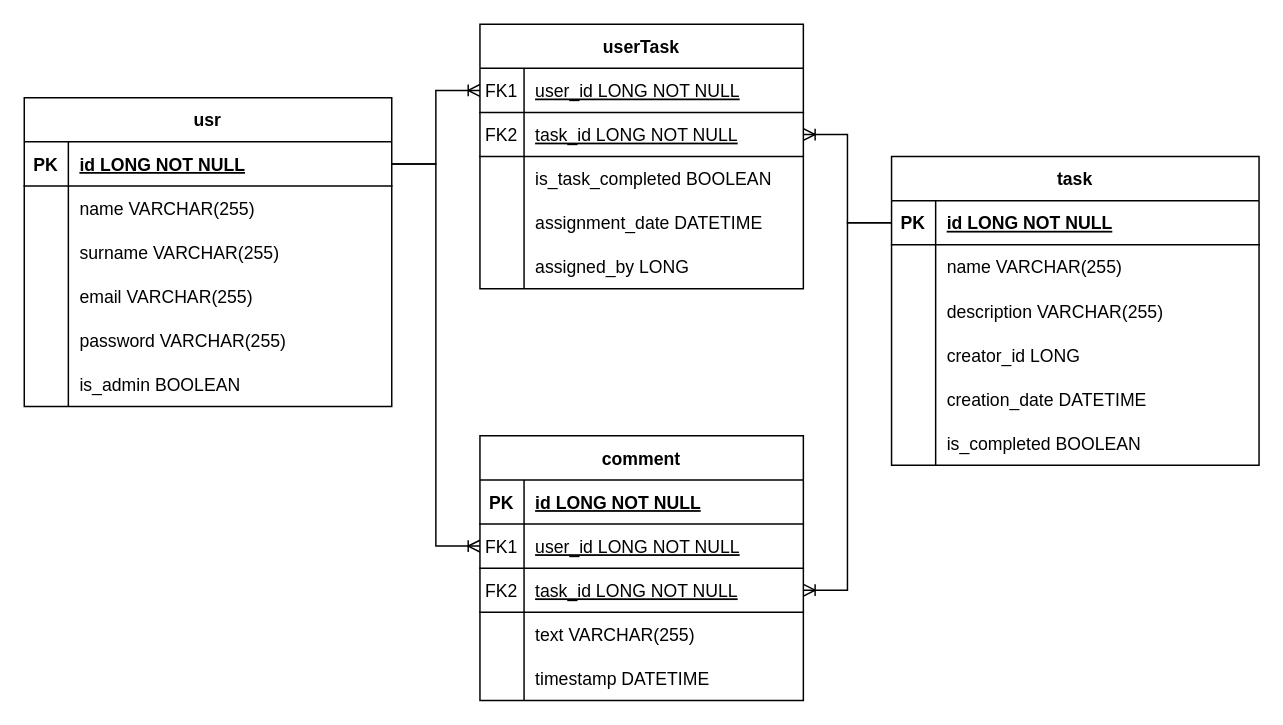
The draw.io diagram docs/entity_relationship_model.drawio in mtimoxenko/media-workbench, before the edit. Source tidied: cells renumbered, new cells numbered last; positions are measured from the earlier drawing's top-left corner, leaving out a move shared by most shapes. Both pictures are drawn from the tidied source at 147%, with x=0, y=0 at pixel (24, 24).
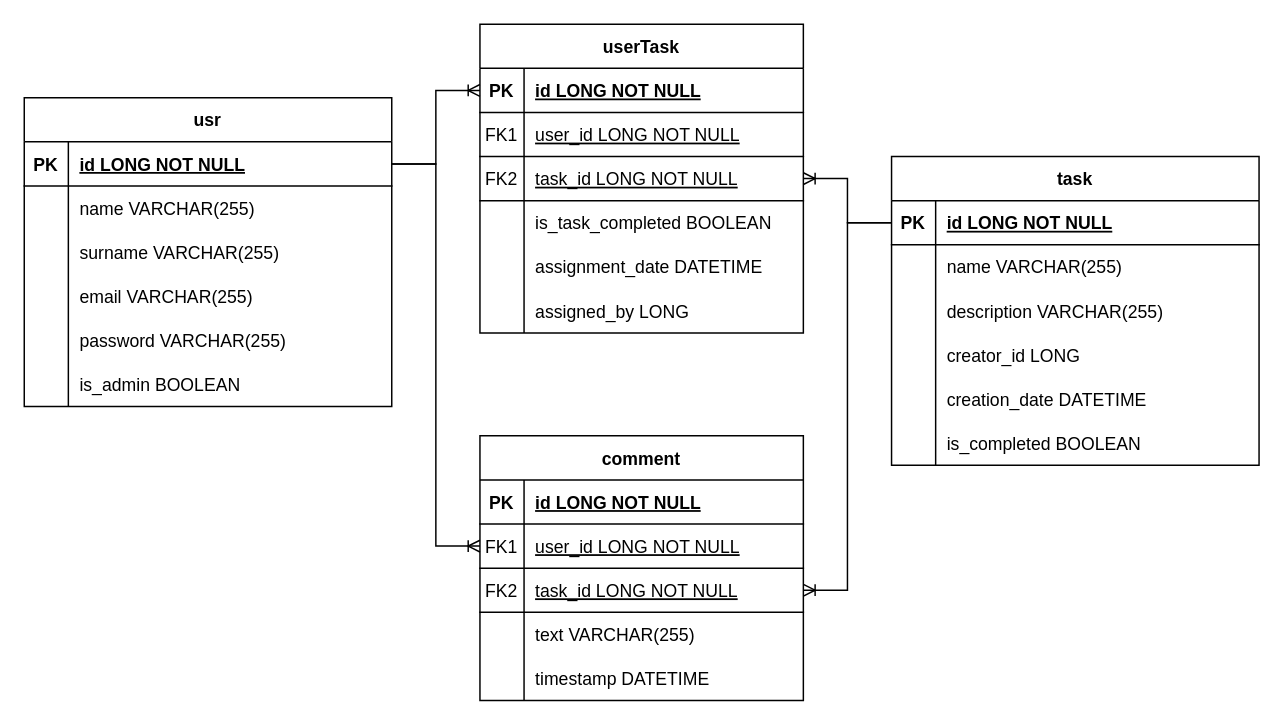
After the change.

The change refers to these unchanged cells:
```xml
<mxCell id="60" style="shape=partialRectangle;fillColor=none;top=0;left=0;right=0;bottom=1;" parent="59" vertex="1">
  <mxGeometry y="30" width="220" height="30" as="geometry" />
</mxCell>
```

Diff of the diagram source:
```diff
@@
     <mxCell id="59" value="userTask" style="shape=table;startSize=30;childLayout=tableLayout;rowLines=0;fontStyle=1;align=center;" parent="1" vertex="1">
-      <mxGeometry x="310" width="220" height="180" as="geometry" />
+      <mxGeometry x="310" width="220" height="210" as="geometry" />
     </mxCell>
@@
-    <mxCell id="61" value="FK1" style="shape=partialRectangle;overflow=hidden;fillColor=none;top=0;left=0;bottom=0;right=0;fontStyle=0;" parent="60" vertex="1">
+    <mxCell id="61" value="PK" style="shape=partialRectangle;overflow=hidden;fillColor=none;top=0;left=0;bottom=0;right=0;fontStyle=1;" parent="60" vertex="1">
       <mxGeometry width="30" height="30" as="geometry" />
     </mxCell>
-    <mxCell id="62" value="user_id LONG NOT NULL" style="shape=partialRectangle;overflow=hidden;fillColor=none;top=0;left=0;bottom=0;right=0;align=left;spacingLeft=6;fontStyle=4;" parent="60" vertex="1">
+    <mxCell id="62" value="id LONG NOT NULL" style="shape=partialRectangle;overflow=hidden;fillColor=none;top=0;left=0;bottom=0;right=0;align=left;spacingLeft=6;fontStyle=5;" parent="60" vertex="1">
       <mxGeometry x="30" width="190" height="30" as="geometry" />
     </mxCell>
+    <mxCell id="76" style="shape=partialRectangle;fillColor=none;top=0;left=0;right=0;bottom=1;" parent="59" vertex="1">
+      <mxGeometry y="60" width="220" height="30" as="geometry" />
+    </mxCell>
+    <mxCell id="77" value="FK1" style="shape=partialRectangle;overflow=hidden;fillColor=none;top=0;left=0;bottom=0;right=0;fontStyle=0;" parent="76" vertex="1">
+      <mxGeometry width="30" height="30" as="geometry" />
+    </mxCell>
+    <mxCell id="78" value="user_id LONG NOT NULL" style="shape=partialRectangle;overflow=hidden;fillColor=none;top=0;left=0;bottom=0;right=0;align=left;spacingLeft=6;fontStyle=4;" parent="76" vertex="1">
+      <mxGeometry x="30" width="190" height="30" as="geometry" />
+    </mxCell>
     <mxCell id="63" style="shape=partialRectangle;fillColor=none;points=[[0,0.5],[1,0.5]];portConstraint=eastwest;top=0;left=0;right=0;bottom=1;" parent="59" vertex="1">
-      <mxGeometry y="60" width="220" height="30" as="geometry" />
+      <mxGeometry y="90" width="220" height="30" as="geometry" />
     </mxCell>
@@
     <mxCell id="66" style="shape=partialRectangle;fillColor=none;top=0;left=0;right=0;bottom=0;" parent="59" vertex="1">
-      <mxGeometry y="90" width="220" height="30" as="geometry" />
+      <mxGeometry y="120" width="220" height="30" as="geometry" />
     </mxCell>
@@
     <mxCell id="69" style="shape=partialRectangle;fillColor=none;top=0;left=0;right=0;bottom=0;" parent="59" vertex="1">
-      <mxGeometry y="120" width="220" height="30" as="geometry" />
+      <mxGeometry y="150" width="220" height="30" as="geometry" />
     </mxCell>
@@
     <mxCell id="72" style="shape=partialRectangle;fillColor=none;top=0;left=0;right=0;bottom=0;" parent="59" vertex="1">
-      <mxGeometry y="150" width="220" height="30" as="geometry" />
+      <mxGeometry y="180" width="220" height="30" as="geometry" />
     </mxCell>
```
